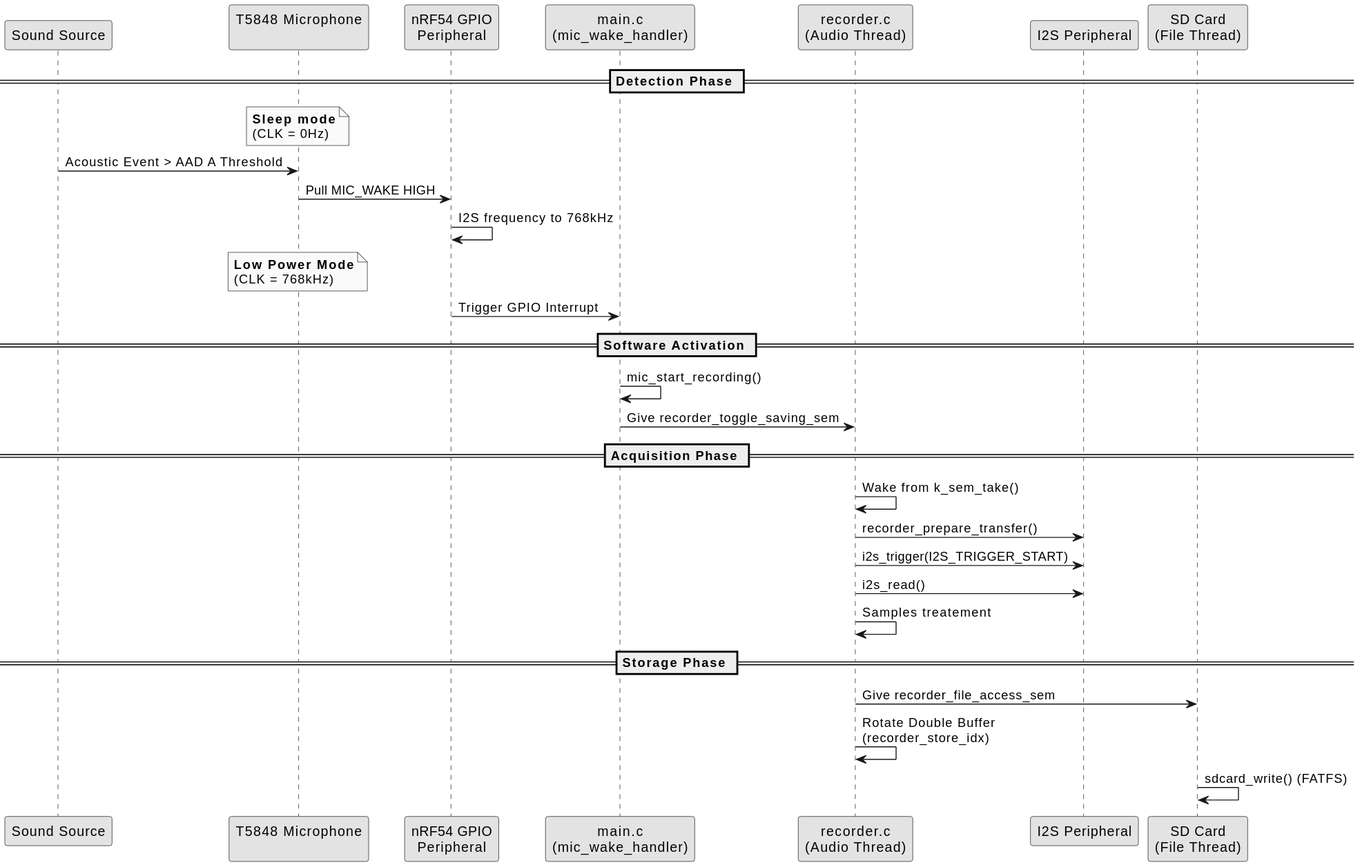
This is 03-Software/nrf-monkey-main/uml/out/uml/sequences/mic_wake_up.svg from DrinkDark/Master_TM_DataCollar, a PlantUML export, as it was before one commit.
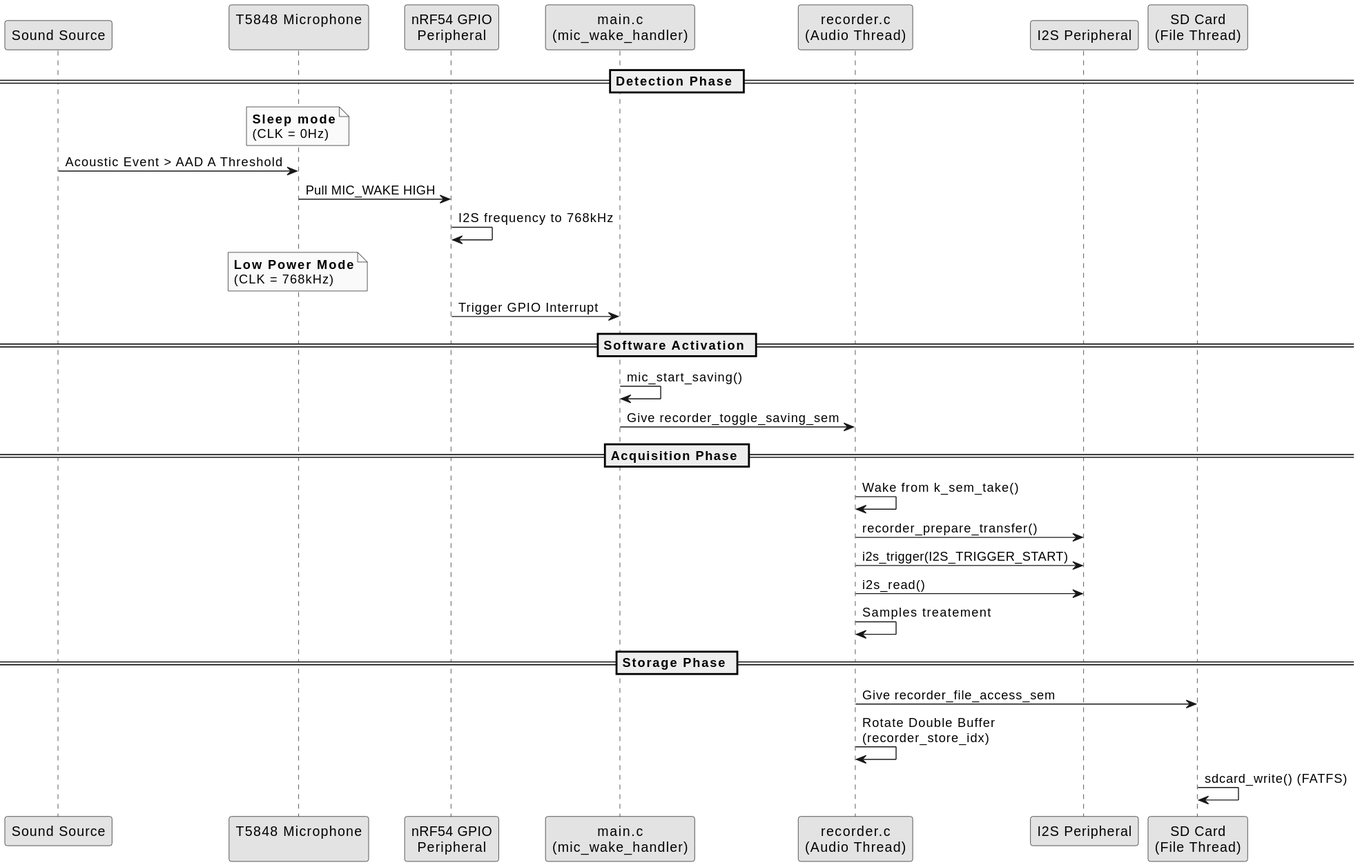
The same file after the commit.

What changed in the source:
```diff
@@ -17,7 +17,7 @@
 GPIO -> ISR : Trigger GPIO Interrupt
 
 == Software Activation ==
-ISR -> ISR : mic_start_recording()
+ISR -> ISR : mic_start_saving()
 ISR -> RecThread : Give recorder_toggle_saving_sem
 
 == Acquisition Phase ==
```
